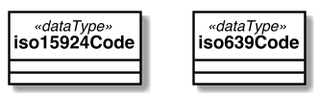
Above: sources/images/datatypes.png in CalConnect/csd-transcription-systems (PlantUML), before the change.
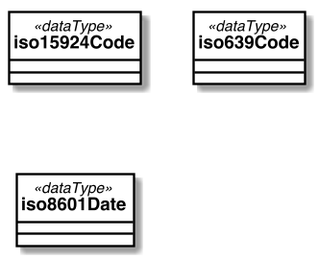
Above is the later version.

Commit message:
Provide years for system codes: add images

Diff of the diagram source:
```diff
@@ -46,5 +46,7 @@
 class iso639Code <<dataType>> {
 }
 
+class iso8601Date <<dataType>> {
+}
 
 @enduml
```
